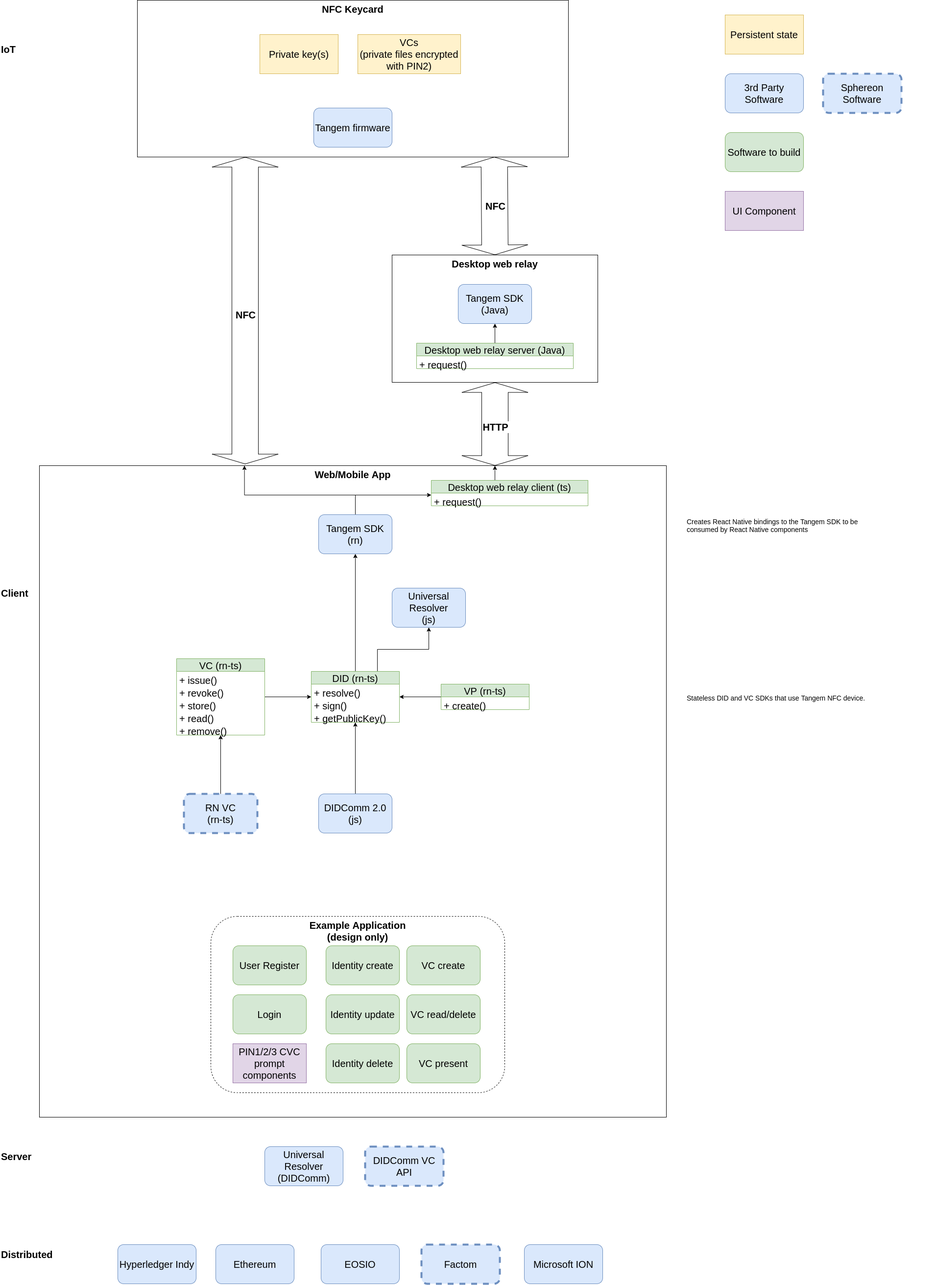
Earlier version of the draw.io export functional-specification/architecture.png (Gimly-Blockchain/nfc-ssi-bridge-deliverables). Source tidied: cells renumbered, new cells last; positions are measured from the earlier drawing's top-left corner, leaving out a move shared by most shapes.
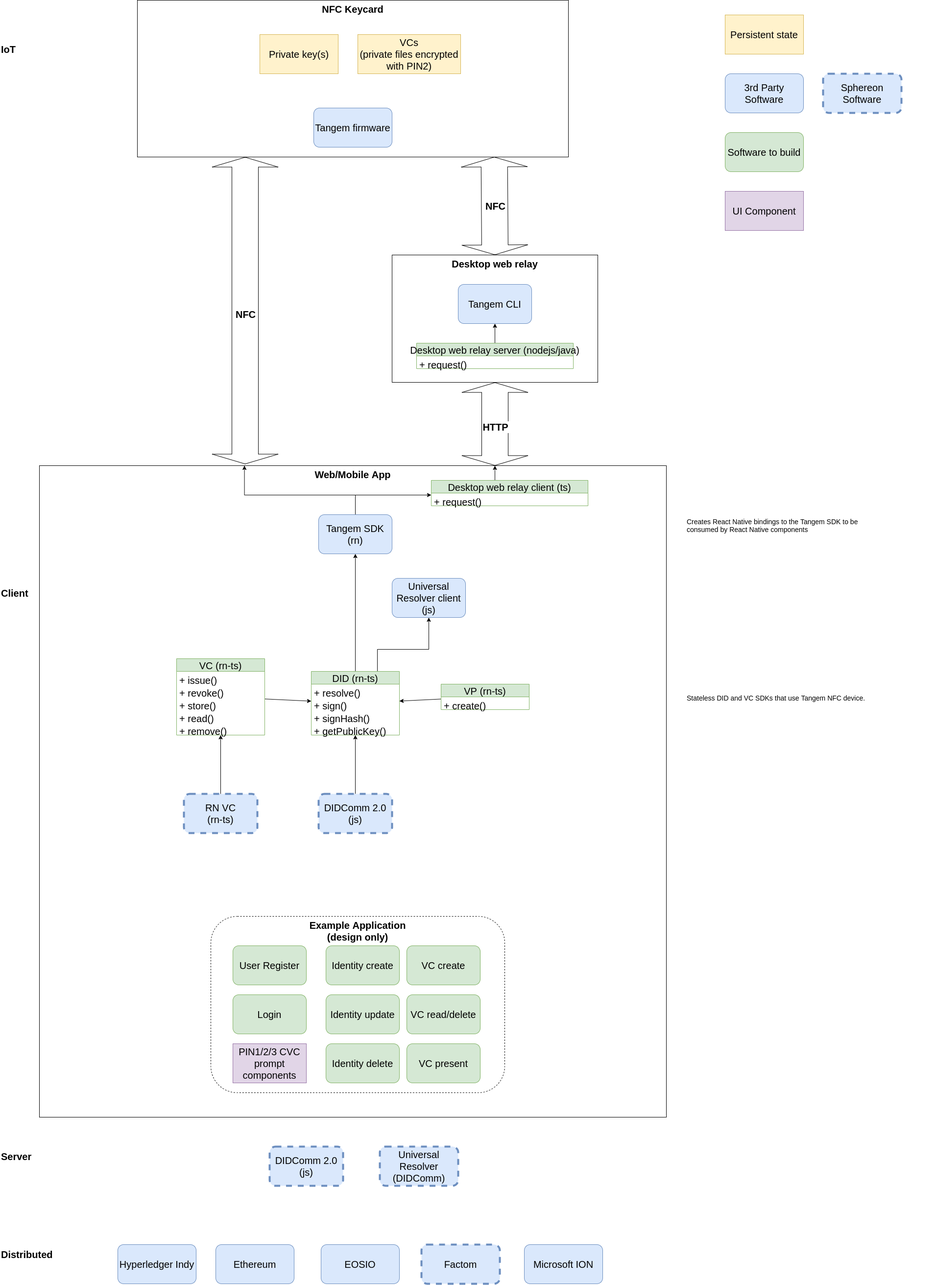
Later version of the same file.

Diff of the diagram source:
```diff
@@ -72,7 +72,7 @@
     <mxCell id="20" style="edgeStyle=orthogonalEdgeStyle;rounded=0;jettySize=auto;html=1;" parent="1" edge="1" source="21" target="38">
       <mxGeometry relative="1" as="geometry" />
     </mxCell>
-    <mxCell id="21" value="DIDComm 2.0&lt;br&gt;(js)" style="rounded=1;whiteSpace=wrap;html=1;fontSize=20;align=center;fillColor=#dae8fc;strokeColor=#6c8ebf;strokeWidth=1;" parent="1" vertex="1">
+    <mxCell id="21" value="DIDComm 2.0&lt;br&gt;(js)" style="rounded=1;whiteSpace=wrap;html=1;fontSize=20;align=center;fillColor=#dae8fc;strokeColor=#6c8ebf;strokeWidth=4;dashed=1;" parent="1" vertex="1">
       <mxGeometry x="650" y="1620" width="150" height="80" as="geometry" />
     </mxCell>
     <mxCell id="22" value="Ethereum" style="rounded=1;whiteSpace=wrap;html=1;fontSize=20;align=center;fillColor=#dae8fc;strokeColor=#6c8ebf;" parent="1" vertex="1">
@@ -105,11 +105,8 @@
     <mxCell id="31" value="Identity delete" style="rounded=1;whiteSpace=wrap;html=1;fontSize=20;align=center;fillColor=#d5e8d4;strokeColor=#82b366;" parent="1" vertex="1">
       <mxGeometry x="665" y="2130" width="150" height="80" as="geometry" />
     </mxCell>
-    <mxCell id="32" value="DIDComm VC API" style="rounded=1;whiteSpace=wrap;html=1;fontSize=20;align=center;fillColor=#dae8fc;strokeColor=#6c8ebf;strokeWidth=4;dashed=1;" parent="1" vertex="1">
-      <mxGeometry x="745" y="2340" width="160" height="80" as="geometry" />
-    </mxCell>
-    <mxCell id="33" value="Universal Resolver (DIDComm)" style="rounded=1;whiteSpace=wrap;html=1;fontSize=20;align=center;fillColor=#dae8fc;strokeColor=#6c8ebf;strokeWidth=1;" parent="1" vertex="1">
-      <mxGeometry x="540" y="2340" width="160" height="80" as="geometry" />
+    <mxCell id="33" value="Universal Resolver (DIDComm)" style="rounded=1;whiteSpace=wrap;html=1;fontSize=20;align=center;fillColor=#dae8fc;strokeColor=#6c8ebf;strokeWidth=4;dashed=1;" parent="1" vertex="1">
+      <mxGeometry x="775" y="2340" width="160" height="80" as="geometry" />
     </mxCell>
     <mxCell id="34" value="PIN1/2/3 CVC prompt components" style="rounded=0;whiteSpace=wrap;html=1;fontSize=20;align=center;fontStyle=0;fillColor=#e1d5e7;strokeColor=#9673a6;" parent="1" vertex="1">
       <mxGeometry x="475" y="2130" width="150" height="80" as="geometry" />
@@ -129,7 +126,7 @@
       </mxGeometry>
     </mxCell>
     <mxCell id="38" value="DID (rn-ts)" style="swimlane;fontStyle=0;horizontal=1;startSize=26;fillColor=#d5e8d4;strokeColor=#82b366;fontSize=20;" parent="1" vertex="1">
-      <mxGeometry x="635" y="1370" width="180" height="104" as="geometry" />
+      <mxGeometry x="635" y="1370" width="180" height="130" as="geometry" />
     </mxCell>
     <mxCell id="39" value="+ resolve()" style="text;strokeColor=none;fillColor=none;align=left;verticalAlign=top;spacingLeft=4;spacingRight=4;overflow=hidden;fontSize=20;" parent="38" vertex="1">
       <mxGeometry y="26" width="180" height="26" as="geometry" />
@@ -137,8 +134,11 @@
     <mxCell id="40" value="+ sign()" style="text;strokeColor=none;fillColor=none;align=left;verticalAlign=top;spacingLeft=4;spacingRight=4;overflow=hidden;fontSize=20;" parent="38" vertex="1">
       <mxGeometry y="52" width="180" height="26" as="geometry" />
     </mxCell>
+    <mxCell id="73" value="+ signHash()" style="text;strokeColor=none;fillColor=none;align=left;verticalAlign=top;spacingLeft=4;spacingRight=4;overflow=hidden;fontSize=20;" parent="38" vertex="1">
+      <mxGeometry y="78" width="180" height="26" as="geometry" />
+    </mxCell>
     <mxCell id="41" value="+ getPublicKey()" style="text;strokeColor=none;fillColor=none;align=left;verticalAlign=top;spacingLeft=4;spacingRight=4;overflow=hidden;fontSize=20;" parent="38" vertex="1">
-      <mxGeometry y="78" width="180" height="26" as="geometry" />
+      <mxGeometry y="104" width="180" height="26" as="geometry" />
     </mxCell>
     <mxCell id="42" style="rounded=0;jettySize=auto;html=1;" parent="1" edge="1" source="43" target="38">
       <mxGeometry relative="1" as="geometry" />
@@ -191,8 +191,8 @@
     <mxCell id="58" value="+ create()" style="text;strokeColor=none;fillColor=none;align=left;verticalAlign=top;spacingLeft=4;spacingRight=4;overflow=hidden;fontSize=20;" parent="57" vertex="1">
       <mxGeometry y="26" width="180" height="26" as="geometry" />
     </mxCell>
-    <mxCell id="59" value="Universal Resolver&lt;br&gt;(js)" style="rounded=1;whiteSpace=wrap;html=1;fontSize=20;align=center;fillColor=#dae8fc;strokeColor=#6c8ebf;strokeWidth=1;" parent="1" vertex="1">
-      <mxGeometry x="800" y="1200" width="150" height="80" as="geometry" />
+    <mxCell id="59" value="Universal Resolver client&lt;br&gt;(js)" style="rounded=1;whiteSpace=wrap;html=1;fontSize=20;align=center;fillColor=#dae8fc;strokeColor=#6c8ebf;strokeWidth=1;" parent="1" vertex="1">
+      <mxGeometry x="800" y="1180" width="150" height="80" as="geometry" />
     </mxCell>
     <mxCell id="60" value="Desktop web relay" style="rounded=0;whiteSpace=wrap;html=1;verticalAlign=top;fontStyle=1;fontSize=20;" parent="1" vertex="1">
       <mxGeometry x="800" y="520" width="420" height="260" as="geometry" />
@@ -212,13 +212,13 @@
     <mxCell id="63" value="+ request()" style="text;strokeColor=none;fillColor=none;align=left;verticalAlign=top;spacingLeft=4;spacingRight=4;overflow=hidden;points=[[0,0.5],[1,0.5]];portConstraint=eastwest;fontSize=20;" parent="62" vertex="1">
       <mxGeometry y="26" width="320" height="26" as="geometry" />
     </mxCell>
-    <mxCell id="64" value="Tangem SDK (Java)" style="rounded=1;whiteSpace=wrap;html=1;fontSize=20;align=center;fillColor=#dae8fc;strokeColor=#6c8ebf;" parent="1" vertex="1">
+    <mxCell id="64" value="Tangem CLI" style="rounded=1;whiteSpace=wrap;html=1;fontSize=20;align=center;fillColor=#dae8fc;strokeColor=#6c8ebf;" parent="1" vertex="1">
       <mxGeometry x="935" y="580" width="150" height="80" as="geometry" />
     </mxCell>
     <mxCell id="65" style="edgeStyle=orthogonalEdgeStyle;rounded=0;jettySize=auto;html=1;" parent="1" edge="1" source="66" target="64">
       <mxGeometry relative="1" as="geometry" />
     </mxCell>
-    <mxCell id="66" value="Desktop web relay server (Java)" style="swimlane;fontStyle=0;horizontal=1;startSize=26;fillColor=#d5e8d4;strokeColor=#82b366;fontSize=20;" parent="1" vertex="1">
+    <mxCell id="66" value="Desktop web relay server (nodejs/java)" style="swimlane;fontStyle=0;horizontal=1;startSize=26;fillColor=#d5e8d4;strokeColor=#82b366;fontSize=20;" parent="1" vertex="1">
       <mxGeometry x="850" y="700" width="320" height="52" as="geometry" />
     </mxCell>
     <mxCell id="67" value="+ request()" style="text;strokeColor=none;fillColor=none;align=left;verticalAlign=top;spacingLeft=4;spacingRight=4;overflow=hidden;fontSize=20;" parent="66" vertex="1">
@@ -245,5 +245,8 @@
     <mxCell id="72" value="Hyperledger Indy" style="rounded=1;whiteSpace=wrap;html=1;fontSize=20;align=center;fillColor=#dae8fc;strokeColor=#6c8ebf;" parent="1" vertex="1">
       <mxGeometry x="240" y="2540" width="160" height="80" as="geometry" />
     </mxCell>
+    <mxCell id="74" value="DIDComm 2.0&lt;br&gt;(js)" style="rounded=1;whiteSpace=wrap;html=1;fontSize=20;align=center;fillColor=#dae8fc;strokeColor=#6c8ebf;strokeWidth=4;dashed=1;" parent="1" vertex="1">
+      <mxGeometry x="550" y="2340" width="150" height="80" as="geometry" />
+    </mxCell>
   </root>
 </mxGraphModel>
```
